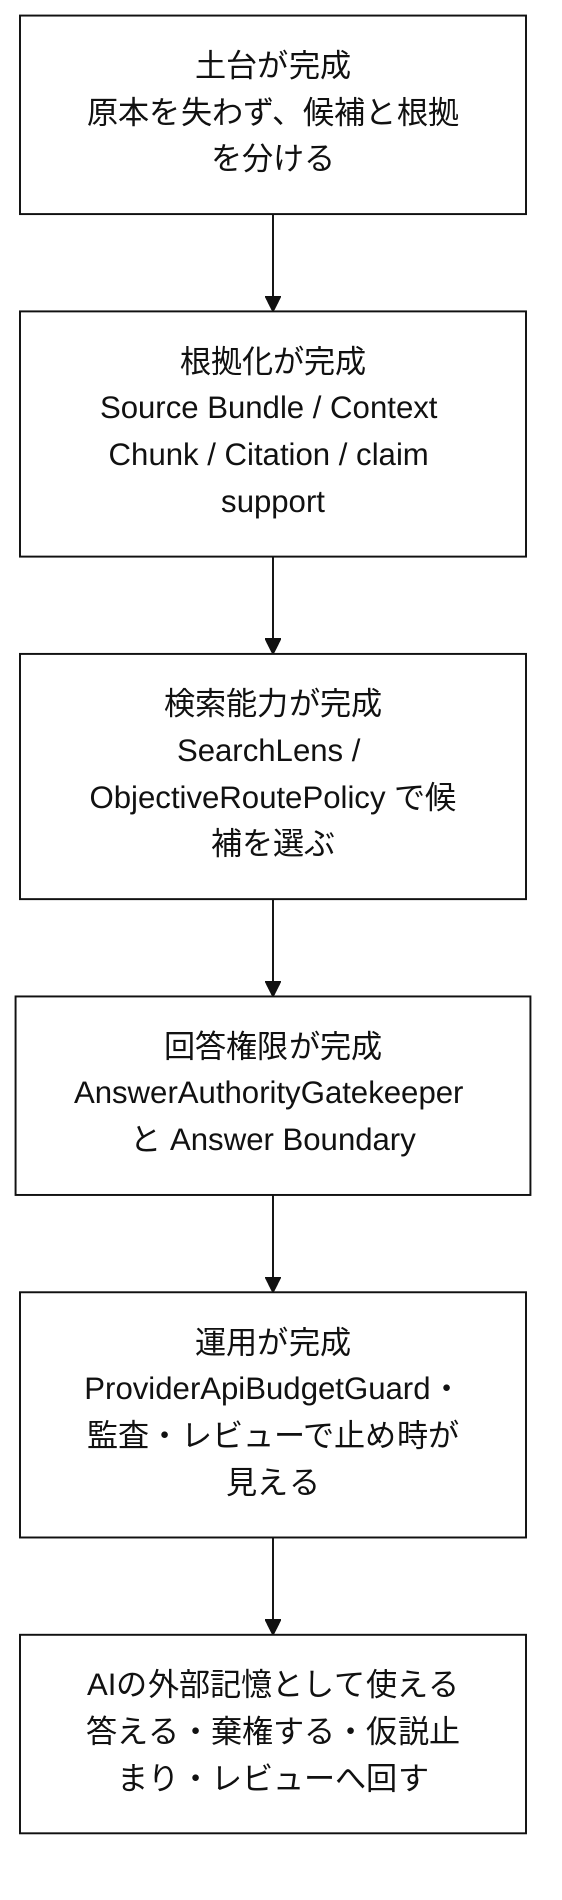
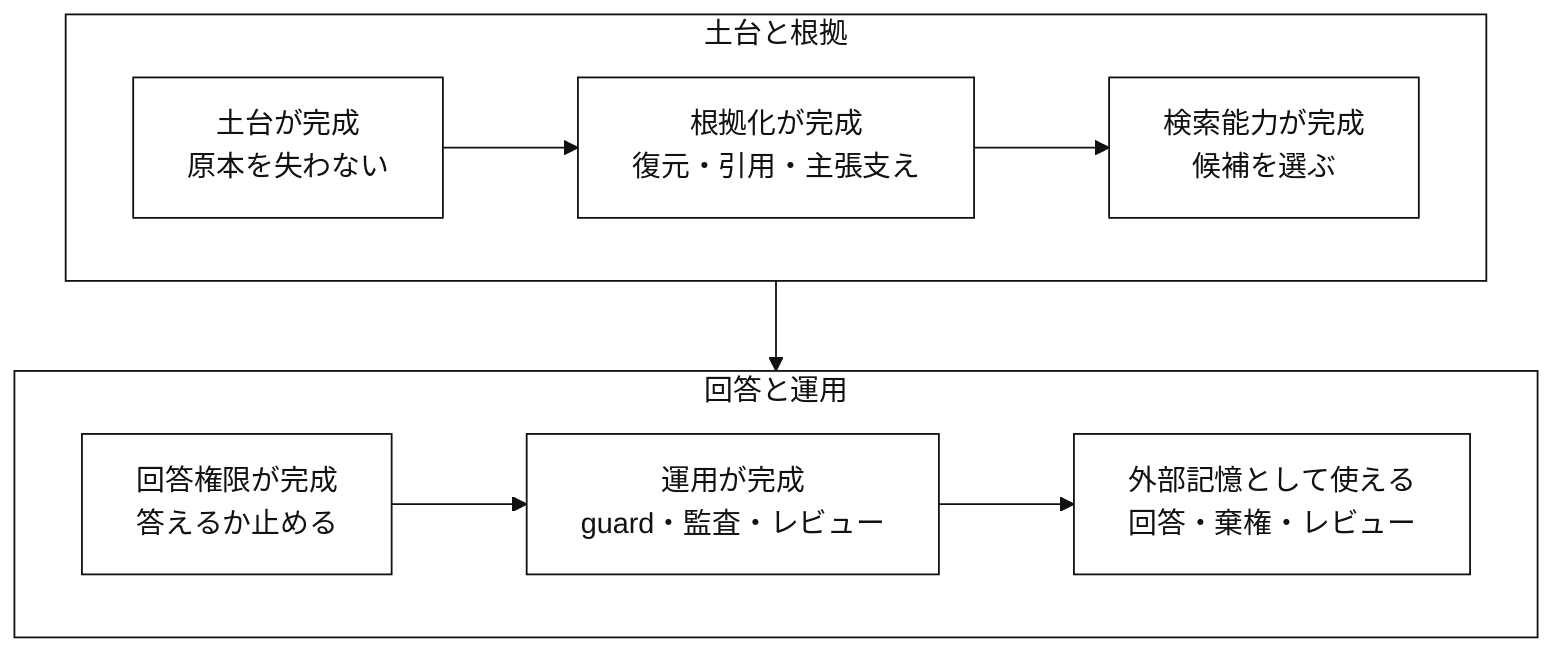
%%{init: {"theme":"base","themeVariables":{"background":"#ffffff","primaryColor":"#ffffff","primaryBorderColor":"#111111","primaryTextColor":"#111111","secondaryColor":"#ffffff","secondaryBorderColor":"#111111","secondaryTextColor":"#111111","tertiaryColor":"#ffffff","tertiaryBorderColor":"#111111","tertiaryTextColor":"#111111","lineColor":"#111111","textColor":"#111111","mainBkg":"#ffffff","secondBkg":"#ffffff","actorBkg":"#ffffff","actorBorder":"#111111","actorTextColor":"#111111","activationBkgColor":"#ffffff","activationBorderColor":"#111111","noteBkgColor":"#ffffff","noteBorderColor":"#111111","labelBoxBkgColor":"#ffffff","labelBoxBorderColor":"#111111","signalColor":"#111111","signalTextColor":"#111111","loopTextColor":"#111111"}}}%%
flowchart TB
-   %% 完成形のWBS / ロードマップ図: 完了時に主経路がどこまで成熟しているかを見る
+   %% 完成形のWBS / ロードマップ図: 完了時に何が成熟しているかを見る

-   classDef foundation fill:#ffffff,stroke:#111111,color:#111111
-   classDef capability fill:#ffffff,stroke:#111111,color:#111111
-   classDef operate fill:#ffffff,stroke:#111111,color:#111111
+   classDef main fill:#ffffff,stroke:#111111,color:#111111

-   foundation["土台が完成<br/>原本を失わず、候補と根拠を分ける"]:::foundation
-   evidence["根拠化が完成<br/>Source Bundle / Context Chunk / Citation / claim support"]:::foundation
-   retrieval["検索能力が完成<br/>SearchLens / ObjectiveRoutePolicy で候補を選ぶ"]:::capability
-   quality["回答権限が完成<br/>AnswerAuthorityGatekeeper と Answer Boundary"]:::capability
-   operation["運用が完成<br/>ProviderApiBudgetGuard・監査・レビューで止め時が見える"]:::operate
-   memory["AIの外部記憶として使える<br/>答える・棄権する・仮説止まり・レビューへ回す"]:::operate
+   foundation["土台が完成<br/>原本を失わない"]:::main
+   evidence["根拠化が完成<br/>復元・引用・主張支え"]:::main
+   retrieval["検索能力が完成<br/>候補を選ぶ"]:::main
+   authority["回答権限が完成<br/>答えるか止める"]:::main
+   operation["運用が完成<br/>guard・監査・レビュー"]:::main
+   memory["外部記憶として使える<br/>回答・棄権・レビュー"]:::main

-   foundation --> evidence --> retrieval --> quality --> operation --> memory
+   subgraph row1["土台と根拠"]
+     direction LR
+     foundation --> evidence --> retrieval
+   end
+ 
+   subgraph row2["回答と運用"]
+     direction LR
+     authority --> operation --> memory
+   end
+ 
+   retrieval --> authority
